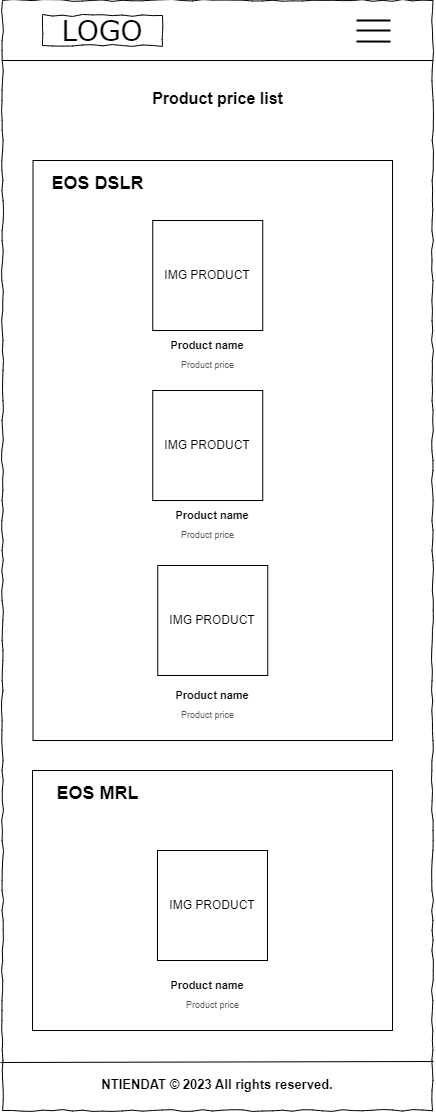
Earlier version of the draw.io export buoi2/images_drawio/product(iphone).png (datntph39907/web106_datnt). Source tidied: cells renumbered, new cells last; positions are measured from the earlier drawing's top-left corner, leaving out a move shared by most shapes. The source it was exported from:
```xml
<mxGraphModel>
  <root>
    <mxCell id="0" />
    <mxCell id="1" parent="0" />
    <mxCell id="2" style="whiteSpace=wrap;html=1;rounded=0;shadow=0;labelBackgroundColor=none;strokeColor=default;strokeWidth=1;fillColor=default;fontFamily=Verdana;fontSize=12;fontColor=#000000;align=center;comic=1;" parent="1" vertex="1">
      <mxGeometry x="2" width="430" height="1110" as="geometry" />
    </mxCell>
    <mxCell id="3" value="LOGO" style="whiteSpace=wrap;html=1;rounded=0;shadow=0;labelBackgroundColor=none;strokeWidth=1;fontFamily=Verdana;fontSize=28;align=center;comic=1;" parent="1" vertex="1">
      <mxGeometry x="42" y="15" width="120" height="30" as="geometry" />
    </mxCell>
    <mxCell id="4" style="edgeStyle=orthogonalEdgeStyle;rounded=0;orthogonalLoop=1;jettySize=auto;html=1;exitX=0.5;exitY=1;exitDx=0;exitDy=0;" parent="1" edge="1" source="2" target="2">
      <mxGeometry relative="1" as="geometry" />
    </mxCell>
    <mxCell id="5" value="NTIENDAT © 2023 All rights reserved." style="text;strokeColor=none;align=center;fillColor=none;html=1;verticalAlign=top;whiteSpace=wrap;rounded=0;fontSize=13;fontStyle=1;" parent="1" vertex="1">
      <mxGeometry x="22" y="1070" width="390" height="40" as="geometry" />
    </mxCell>
    <mxCell id="6" style="edgeStyle=orthogonalEdgeStyle;rounded=0;orthogonalLoop=1;jettySize=auto;html=1;exitX=0.5;exitY=1;exitDx=0;exitDy=0;" parent="1" edge="1">
      <mxGeometry relative="1" as="geometry">
        <mxPoint x="217" y="350" as="sourcePoint" />
        <mxPoint x="217" y="350" as="targetPoint" />
      </mxGeometry>
    </mxCell>
    <mxCell id="7" style="endArrow=none;html=1;rounded=0;fontStyle=0;fontSize=95;strokeWidth=2;" parent="1" edge="1">
      <mxGeometry relative="1" as="geometry">
        <mxPoint x="356" y="20" as="sourcePoint" />
        <mxPoint x="390" y="20" as="targetPoint" />
      </mxGeometry>
    </mxCell>
    <mxCell id="8" style="endArrow=none;html=1;rounded=0;fontStyle=0;fontSize=95;strokeWidth=2;" parent="1" edge="1">
      <mxGeometry relative="1" as="geometry">
        <mxPoint x="356" y="30" as="sourcePoint" />
        <mxPoint x="390" y="30" as="targetPoint" />
      </mxGeometry>
    </mxCell>
    <mxCell id="9" style="endArrow=none;html=1;rounded=0;fontStyle=0;fontSize=95;strokeWidth=2;" parent="1" edge="1">
      <mxGeometry relative="1" as="geometry">
        <mxPoint x="356" y="41" as="sourcePoint" />
        <mxPoint x="390" y="41.1" as="targetPoint" />
      </mxGeometry>
    </mxCell>
    <mxCell id="10" style="endArrow=none;html=1;rounded=0;" parent="1" edge="1">
      <mxGeometry relative="1" as="geometry">
        <mxPoint x="433" y="1061" as="sourcePoint" />
        <mxPoint y="1062" as="targetPoint" />
      </mxGeometry>
    </mxCell>
    <mxCell id="11" style="endArrow=none;html=1;rounded=0;" parent="1" edge="1">
      <mxGeometry relative="1" as="geometry">
        <mxPoint x="2" y="60" as="sourcePoint" />
        <mxPoint x="432" y="60" as="targetPoint" />
      </mxGeometry>
    </mxCell>
    <mxCell id="12" value="Product price list" style="text;html=1;align=center;verticalAlign=middle;spacingTop=-4;fontSize=16;fontFamily=Helvetica;fontStyle=1;" parent="1" vertex="1">
      <mxGeometry x="62" y="80" width="310" height="40" as="geometry" />
    </mxCell>
    <mxCell id="13" style="rounded=0;whiteSpace=wrap;html=1;" parent="1" vertex="1">
      <mxGeometry x="32.5" y="160" width="359.5" height="580" as="geometry" />
    </mxCell>
    <mxCell id="14" value="EOS DSLR" style="text;html=1;align=center;verticalAlign=top;spacingTop=-4;fontSize=18;fontFamily=Helvetica;fontStyle=1;" parent="1" vertex="1">
      <mxGeometry x="32" y="170" width="130" height="30" as="geometry" />
    </mxCell>
    <mxCell id="15" value="Product price" style="text;strokeColor=none;align=center;fillColor=none;html=1;verticalAlign=middle;whiteSpace=wrap;rounded=0;fontSize=9;fontColor=#575757;" parent="1" vertex="1">
      <mxGeometry x="154.5" y="350" width="105" height="30" as="geometry" />
    </mxCell>
    <mxCell id="16" value="IMG PRODUCT" style="whiteSpace=wrap;html=1;" parent="1" vertex="1">
      <mxGeometry x="152.2" y="220" width="110" height="110" as="geometry" />
    </mxCell>
    <mxCell id="17" value="Product name" style="text;strokeColor=none;align=center;fillColor=none;html=1;verticalAlign=middle;whiteSpace=wrap;rounded=0;fontStyle=1;fontSize=11;" parent="1" vertex="1">
      <mxGeometry x="142" y="330" width="130" height="30" as="geometry" />
    </mxCell>
    <mxCell id="18" value="IMG PRODUCT" style="whiteSpace=wrap;html=1;" parent="1" vertex="1">
      <mxGeometry x="152.2" y="390" width="110" height="110" as="geometry" />
    </mxCell>
    <mxCell id="19" value="IMG PRODUCT" style="whiteSpace=wrap;html=1;" parent="1" vertex="1">
      <mxGeometry x="157.2" y="565" width="110" height="110" as="geometry" />
    </mxCell>
    <mxCell id="20" value="Product name" style="text;strokeColor=none;align=center;fillColor=none;html=1;verticalAlign=middle;whiteSpace=wrap;rounded=0;fontStyle=1;fontSize=11;" parent="1" vertex="1">
      <mxGeometry x="147.2" y="500" width="130" height="30" as="geometry" />
    </mxCell>
    <mxCell id="21" value="Product price" style="text;strokeColor=none;align=center;fillColor=none;html=1;verticalAlign=middle;whiteSpace=wrap;rounded=0;fontSize=9;fontColor=#575757;" parent="1" vertex="1">
      <mxGeometry x="154.8" y="520" width="105" height="30" as="geometry" />
    </mxCell>
    <mxCell id="22" value="Product name" style="text;strokeColor=none;align=center;fillColor=none;html=1;verticalAlign=middle;whiteSpace=wrap;rounded=0;fontStyle=1;fontSize=11;" parent="1" vertex="1">
      <mxGeometry x="147.2" y="680" width="130" height="30" as="geometry" />
    </mxCell>
    <mxCell id="23" value="Product price" style="text;strokeColor=none;align=center;fillColor=none;html=1;verticalAlign=middle;whiteSpace=wrap;rounded=0;fontSize=9;fontColor=#575757;" parent="1" vertex="1">
      <mxGeometry x="154.5" y="700" width="105" height="30" as="geometry" />
    </mxCell>
    <mxCell id="24" style="rounded=0;whiteSpace=wrap;html=1;" parent="1" vertex="1">
      <mxGeometry x="32" y="770" width="360" height="260" as="geometry" />
    </mxCell>
    <mxCell id="25" value="EOS MRL" style="text;html=1;align=center;verticalAlign=top;spacingTop=-4;fontSize=18;fontFamily=Helvetica;fontStyle=1;" parent="1" vertex="1">
      <mxGeometry x="32" y="780" width="130" height="30" as="geometry" />
    </mxCell>
    <mxCell id="26" value="IMG PRODUCT" style="whiteSpace=wrap;html=1;" parent="1" vertex="1">
      <mxGeometry x="157" y="850" width="110" height="110" as="geometry" />
    </mxCell>
    <mxCell id="27" value="Product name" style="text;strokeColor=none;align=center;fillColor=none;html=1;verticalAlign=middle;whiteSpace=wrap;rounded=0;fontStyle=1;fontSize=11;" parent="1" vertex="1">
      <mxGeometry x="142.2" y="970" width="130" height="30" as="geometry" />
    </mxCell>
    <mxCell id="28" value="Product price" style="text;strokeColor=none;align=center;fillColor=none;html=1;verticalAlign=middle;whiteSpace=wrap;rounded=0;fontSize=9;fontColor=#575757;" parent="1" vertex="1">
      <mxGeometry x="159.5" y="990" width="105" height="30" as="geometry" />
    </mxCell>
  </root>
</mxGraphModel>
```
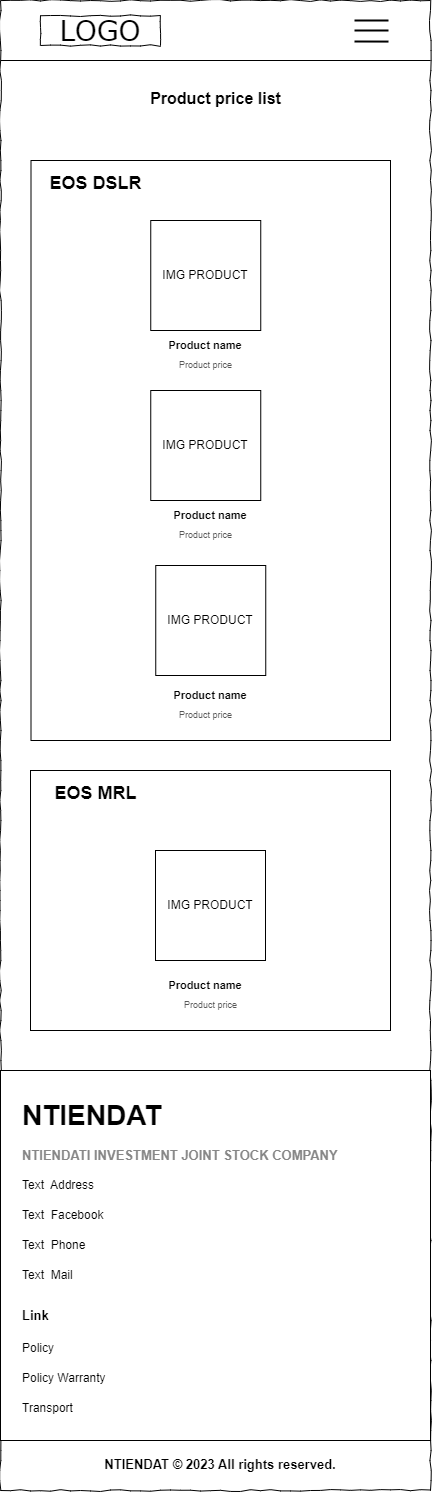
Above is the later version.

Diff of the diagram source:
```diff
@@ -3,7 +3,7 @@
     <mxCell id="0" />
     <mxCell id="1" parent="0" />
     <mxCell id="2" style="whiteSpace=wrap;html=1;rounded=0;shadow=0;labelBackgroundColor=none;strokeColor=default;strokeWidth=1;fillColor=default;fontFamily=Verdana;fontSize=12;fontColor=#000000;align=center;comic=1;" parent="1" vertex="1">
-      <mxGeometry x="2" width="430" height="1110" as="geometry" />
+      <mxGeometry x="2" width="430" height="1490" as="geometry" />
     </mxCell>
     <mxCell id="3" value="LOGO" style="whiteSpace=wrap;html=1;rounded=0;shadow=0;labelBackgroundColor=none;strokeWidth=1;fontFamily=Verdana;fontSize=28;align=center;comic=1;" parent="1" vertex="1">
       <mxGeometry x="42" y="15" width="120" height="30" as="geometry" />
@@ -12,7 +12,7 @@
       <mxGeometry relative="1" as="geometry" />
     </mxCell>
     <mxCell id="5" value="NTIENDAT © 2023 All rights reserved." style="text;strokeColor=none;align=center;fillColor=none;html=1;verticalAlign=top;whiteSpace=wrap;rounded=0;fontSize=13;fontStyle=1;" parent="1" vertex="1">
-      <mxGeometry x="22" y="1070" width="390" height="40" as="geometry" />
+      <mxGeometry x="27" y="1450" width="390" height="40" as="geometry" />
     </mxCell>
     <mxCell id="6" style="edgeStyle=orthogonalEdgeStyle;rounded=0;orthogonalLoop=1;jettySize=auto;html=1;exitX=0.5;exitY=1;exitDx=0;exitDy=0;" parent="1" edge="1">
       <mxGeometry relative="1" as="geometry">
@@ -38,12 +38,6 @@
         <mxPoint x="390" y="41.1" as="targetPoint" />
       </mxGeometry>
     </mxCell>
-    <mxCell id="10" style="endArrow=none;html=1;rounded=0;" parent="1" edge="1">
-      <mxGeometry relative="1" as="geometry">
-        <mxPoint x="433" y="1061" as="sourcePoint" />
-        <mxPoint y="1062" as="targetPoint" />
-      </mxGeometry>
-    </mxCell>
     <mxCell id="11" style="endArrow=none;html=1;rounded=0;" parent="1" edge="1">
       <mxGeometry relative="1" as="geometry">
         <mxPoint x="2" y="60" as="sourcePoint" />
@@ -101,5 +95,38 @@
     <mxCell id="28" value="Product price" style="text;strokeColor=none;align=center;fillColor=none;html=1;verticalAlign=middle;whiteSpace=wrap;rounded=0;fontSize=9;fontColor=#575757;" parent="1" vertex="1">
       <mxGeometry x="159.5" y="990" width="105" height="30" as="geometry" />
     </mxCell>
+    <mxCell id="29" style="rounded=0;whiteSpace=wrap;html=1;fontColor=#6e6e6e;" parent="1" vertex="1">
+      <mxGeometry x="2" y="1070" width="430" height="370" as="geometry" />
+    </mxCell>
+    <mxCell id="30" value="Link" style="text;strokeColor=none;align=left;fillColor=none;html=1;verticalAlign=middle;whiteSpace=wrap;rounded=0;fontSize=13;fontColor=#000000;fontStyle=1;" parent="1" vertex="1">
+      <mxGeometry x="22" y="1300" width="266" height="30" as="geometry" />
+    </mxCell>
+    <mxCell id="31" value="Transport" style="text;strokeColor=none;align=left;fillColor=none;html=1;verticalAlign=middle;whiteSpace=wrap;rounded=0;" parent="1" vertex="1">
+      <mxGeometry x="22" y="1393" width="190" height="30" as="geometry" />
+    </mxCell>
+    <mxCell id="32" value="Policy Warranty" style="text;strokeColor=none;align=left;fillColor=none;html=1;verticalAlign=middle;whiteSpace=wrap;rounded=0;" parent="1" vertex="1">
+      <mxGeometry x="22" y="1363" width="190" height="30" as="geometry" />
+    </mxCell>
+    <mxCell id="33" value="Policy" style="text;strokeColor=none;align=left;fillColor=none;html=1;verticalAlign=middle;whiteSpace=wrap;rounded=0;" parent="1" vertex="1">
+      <mxGeometry x="22" y="1333" width="190" height="30" as="geometry" />
+    </mxCell>
+    <mxCell id="34" value="NTIENDAT" style="text;strokeColor=none;align=left;fillColor=none;html=1;verticalAlign=middle;whiteSpace=wrap;rounded=0;fontSize=28;fontStyle=1;" parent="1" vertex="1">
+      <mxGeometry x="22" y="1100" width="130" height="30" as="geometry" />
+    </mxCell>
+    <mxCell id="35" value="NTIENDATI INVESTMENT JOINT STOCK COMPANY" style="text;strokeColor=none;align=left;fillColor=none;html=1;verticalAlign=middle;whiteSpace=wrap;rounded=0;fontSize=13;fontColor=#878787;fontStyle=1;" parent="1" vertex="1">
+      <mxGeometry x="22" y="1140" width="400" height="30" as="geometry" />
+    </mxCell>
+    <mxCell id="36" value="Text&amp;nbsp;&amp;nbsp;Address" style="text;strokeColor=none;align=left;fillColor=none;html=1;verticalAlign=middle;whiteSpace=wrap;rounded=0;" parent="1" vertex="1">
+      <mxGeometry x="22" y="1170" width="190" height="30" as="geometry" />
+    </mxCell>
+    <mxCell id="37" value="Text&amp;nbsp;&amp;nbsp;Facebook" style="text;strokeColor=none;align=left;fillColor=none;html=1;verticalAlign=middle;whiteSpace=wrap;rounded=0;" parent="1" vertex="1">
+      <mxGeometry x="22" y="1200" width="190" height="30" as="geometry" />
+    </mxCell>
+    <mxCell id="38" value="Text&amp;nbsp; Phone" style="text;strokeColor=none;align=left;fillColor=none;html=1;verticalAlign=middle;whiteSpace=wrap;rounded=0;" parent="1" vertex="1">
+      <mxGeometry x="22" y="1230" width="190" height="30" as="geometry" />
+    </mxCell>
+    <mxCell id="39" value="Text&amp;nbsp; Mail" style="text;strokeColor=none;align=left;fillColor=none;html=1;verticalAlign=middle;whiteSpace=wrap;rounded=0;" parent="1" vertex="1">
+      <mxGeometry x="22" y="1260" width="190" height="30" as="geometry" />
+    </mxCell>
   </root>
 </mxGraphModel>
```
